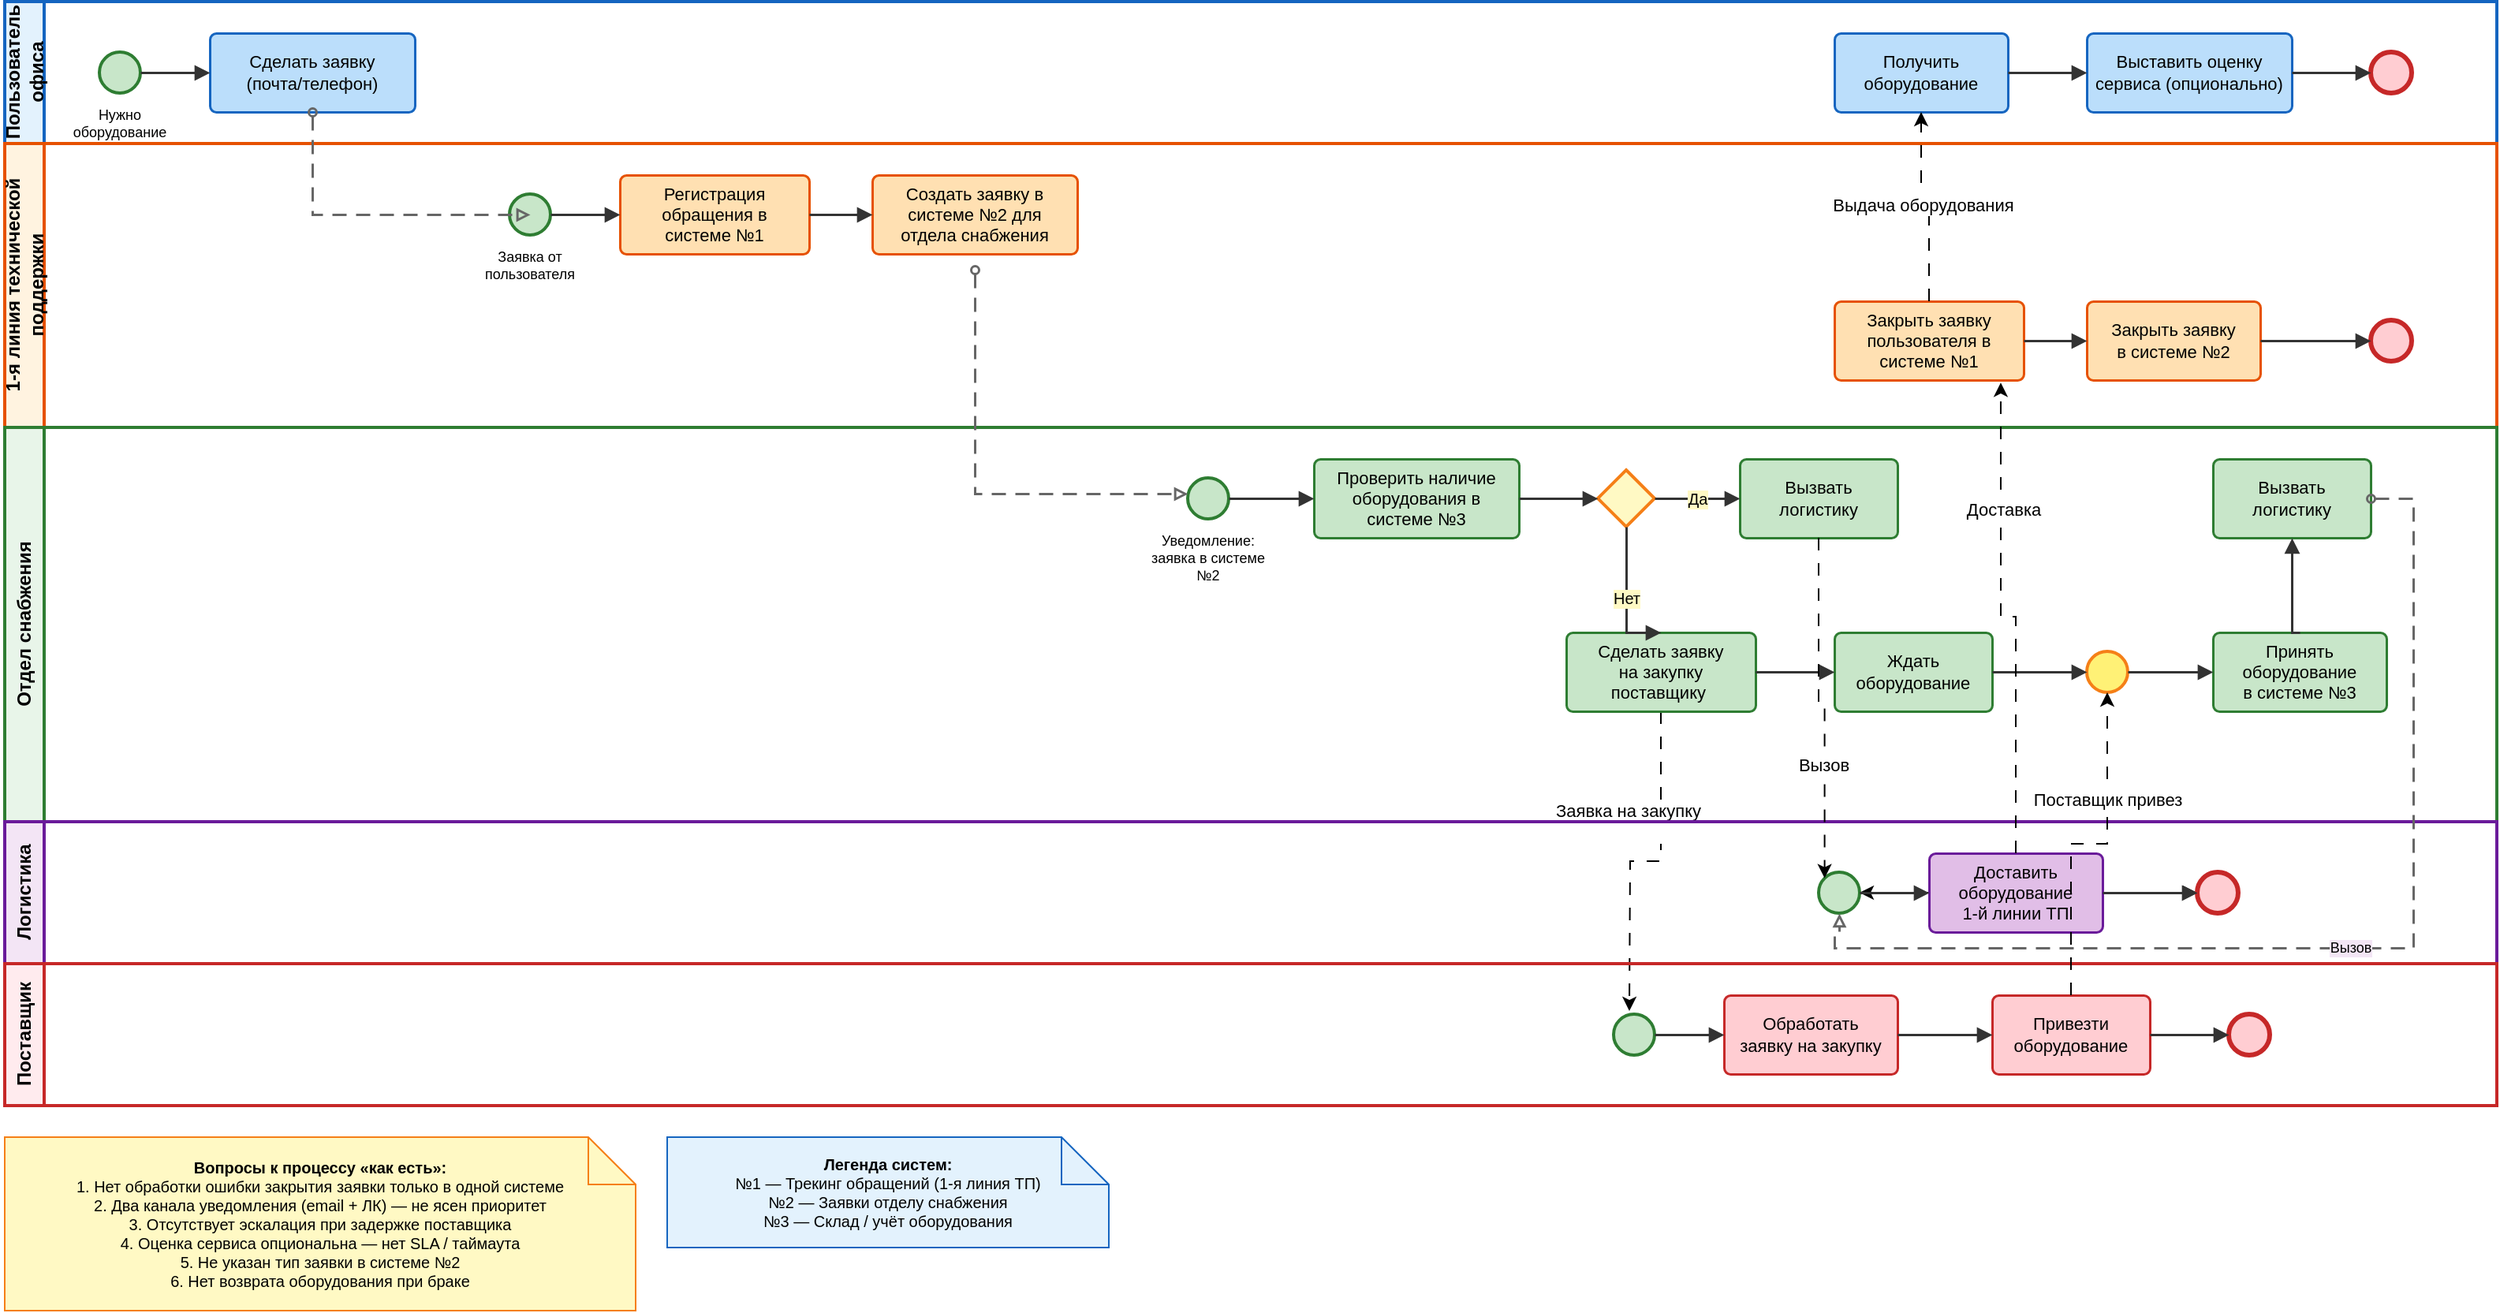
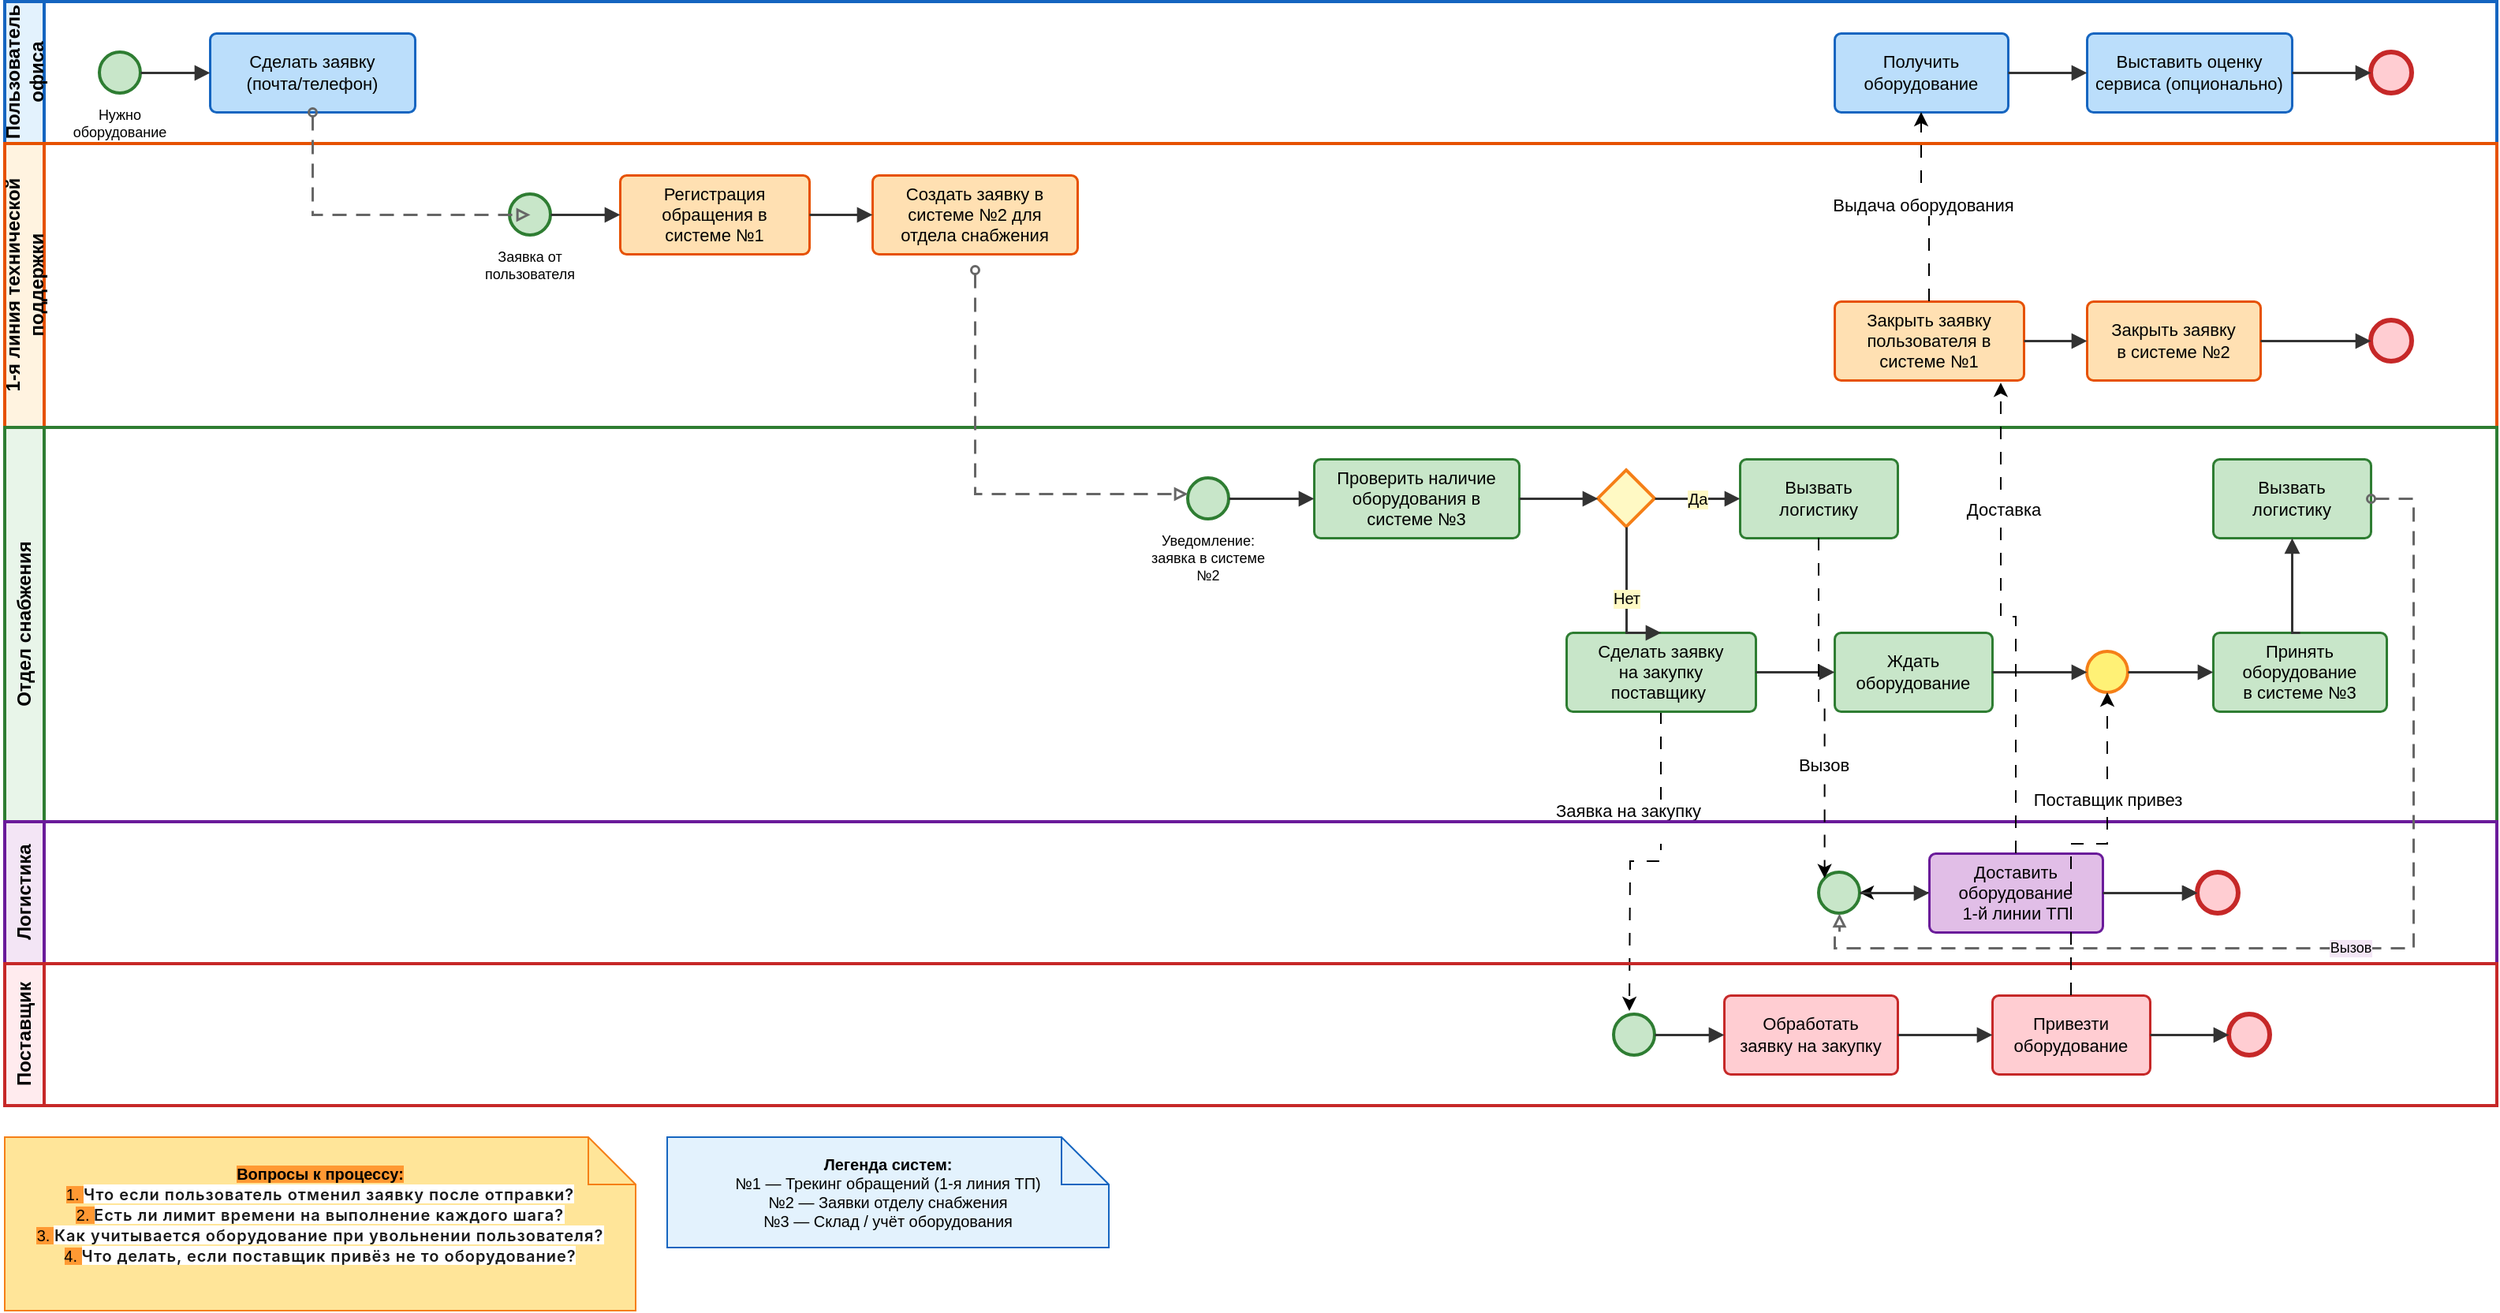
<mxfile host="app.diagrams.net" agent="Kimi">
  <diagram name="BPMN IT Equipment" id="it-equipment-bpmn">
    <mxGraphModel dx="2308" dy="875" grid="1" gridSize="10" guides="1" tooltips="1" connect="1" arrows="1" fold="1" page="1" pageScale="1" pageWidth="1700" pageHeight="1100" math="0" shadow="0">
      <root>
        <mxCell id="0" />
        <mxCell id="1" parent="0" />
        <mxCell id="pool-user" parent="1" style="swimlane;horizontal=0;startSize=25;swimlaneLine=1;collapsible=0;fontStyle=1;fillColor=#E3F2FD;strokeColor=#1565C0;strokeWidth=2;fontSize=12;whiteSpace=wrap;" value="Пользователь офиса" vertex="1">
          <mxGeometry height="90" width="1580" x="40" y="40" as="geometry" />
        </mxCell>
        <mxCell id="start-user" parent="pool-user" style="ellipse;whiteSpace=wrap;html=1;aspect=fixed;fillColor=#C8E6C9;strokeColor=#2E7D32;strokeWidth=2;" value="" vertex="1">
          <mxGeometry height="26" width="26" x="60" y="32" as="geometry" />
        </mxCell>
        <mxCell id="lbl-start-user" parent="pool-user" style="text;html=1;strokeColor=none;fillColor=none;align=center;verticalAlign=top;whiteSpace=wrap;rounded=0;fontSize=9;" value="Нужно&#xa;оборудование" vertex="1">
          <mxGeometry height="28" width="60" x="43" y="60" as="geometry" />
        </mxCell>
        <mxCell id="task-req" parent="pool-user" style="rounded=1;whiteSpace=wrap;html=1;arcSize=8;fillColor=#BBDEFB;strokeColor=#1565C0;strokeWidth=1.5;fontSize=11;" value="Сделать заявку&#xa;(почта/телефон)" vertex="1">
          <mxGeometry height="50" width="130" x="130" y="20" as="geometry" />
        </mxCell>
        <mxCell id="task-receive" parent="pool-user" style="rounded=1;whiteSpace=wrap;html=1;arcSize=8;fillColor=#BBDEFB;strokeColor=#1565C0;strokeWidth=1.5;fontSize=11;" value="Получить&#xa;оборудование" vertex="1">
          <mxGeometry height="50" width="110" x="1160" y="20" as="geometry" />
        </mxCell>
        <mxCell id="task-rate" parent="pool-user" style="rounded=1;whiteSpace=wrap;html=1;arcSize=8;fillColor=#BBDEFB;strokeColor=#1565C0;strokeWidth=1.5;fontSize=11;" value="Выставить оценку&#xa;сервиса (опционально)" vertex="1">
          <mxGeometry height="50" width="130" x="1320" y="20" as="geometry" />
        </mxCell>
        <mxCell id="end-user" parent="pool-user" style="ellipse;whiteSpace=wrap;html=1;aspect=fixed;fillColor=#FFCDD2;strokeColor=#C62828;strokeWidth=3;" value="" vertex="1">
          <mxGeometry height="26" width="26" x="1500" y="32" as="geometry" />
        </mxCell>
        <mxCell id="sf1" edge="1" parent="pool-user" source="start-user" style="edgeStyle=orthogonalEdgeStyle;rounded=0;orthogonalLoop=1;jettySize=auto;html=1;exitX=1;exitY=0.5;exitDx=0;exitDy=0;entryX=0;entryY=0.5;entryDx=0;entryDy=0;strokeColor=#333333;strokeWidth=1.5;endArrow=block;endFill=1;" target="task-req" value="">
          <mxGeometry relative="1" as="geometry" />
        </mxCell>
        <mxCell id="sf2" edge="1" parent="pool-user" source="task-receive" style="edgeStyle=orthogonalEdgeStyle;rounded=0;orthogonalLoop=1;jettySize=auto;html=1;exitX=1;exitY=0.5;exitDx=0;exitDy=0;entryX=0;entryY=0.5;entryDx=0;entryDy=0;strokeColor=#333333;strokeWidth=1.5;endArrow=block;endFill=1;" target="task-rate" value="">
          <mxGeometry relative="1" as="geometry" />
        </mxCell>
        <mxCell id="sf3" edge="1" parent="pool-user" source="task-rate" style="edgeStyle=orthogonalEdgeStyle;rounded=0;orthogonalLoop=1;jettySize=auto;html=1;exitX=1;exitY=0.5;exitDx=0;exitDy=0;entryX=0;entryY=0.5;entryDx=0;entryDy=0;strokeColor=#333333;strokeWidth=1.5;endArrow=block;endFill=1;" target="end-user" value="">
          <mxGeometry relative="1" as="geometry" />
        </mxCell>
        <mxCell id="pool-l1" parent="1" style="swimlane;horizontal=0;startSize=25;swimlaneLine=1;collapsible=0;fontStyle=1;fillColor=#FFF3E0;strokeColor=#E65100;strokeWidth=2;fontSize=12;whiteSpace=wrap;" value="1-я линия технической поддержки" vertex="1">
          <mxGeometry height="180" width="1580" x="40" y="130" as="geometry" />
        </mxCell>
        <mxCell id="start-l1" parent="pool-l1" style="ellipse;whiteSpace=wrap;html=1;aspect=fixed;fillColor=#C8E6C9;strokeColor=#2E7D32;strokeWidth=2;" value="" vertex="1">
          <mxGeometry height="26" width="26" x="320" y="32" as="geometry" />
        </mxCell>
        <mxCell id="lbl-start-l1" parent="pool-l1" style="text;html=1;strokeColor=none;fillColor=none;align=center;verticalAlign=top;whiteSpace=wrap;rounded=0;fontSize=9;" value="Заявка от&#xa;пользователя" vertex="1">
          <mxGeometry height="28" width="60" x="303" y="60" as="geometry" />
        </mxCell>
        <mxCell id="task-ticket1" parent="pool-l1" style="rounded=1;whiteSpace=wrap;html=1;arcSize=8;fillColor=#FFE0B2;strokeColor=#E65100;strokeWidth=1.5;fontSize=11;" value="Регистрация&lt;br&gt;обращения в&lt;br&gt;системе №1" vertex="1">
          <mxGeometry height="50" width="120" x="390" y="20" as="geometry" />
        </mxCell>
        <mxCell id="task-create-req" parent="pool-l1" style="rounded=1;whiteSpace=wrap;html=1;arcSize=8;fillColor=#FFE0B2;strokeColor=#E65100;strokeWidth=1.5;fontSize=11;" value="Создать заявку в&#xa;системе №2 для&#xa;отдела снабжения" vertex="1">
          <mxGeometry height="50" width="130" x="550" y="20" as="geometry" />
        </mxCell>
        <mxCell id="task-close1" parent="pool-l1" style="rounded=1;whiteSpace=wrap;html=1;arcSize=8;fillColor=#FFE0B2;strokeColor=#E65100;strokeWidth=1.5;fontSize=11;" value="Закрыть заявку&#xa;пользователя в&#xa;системе №1" vertex="1">
          <mxGeometry height="50" width="120" x="1160" y="100" as="geometry" />
        </mxCell>
        <mxCell id="task-close2" parent="pool-l1" style="rounded=1;whiteSpace=wrap;html=1;arcSize=8;fillColor=#FFE0B2;strokeColor=#E65100;strokeWidth=1.5;fontSize=11;" value="Закрыть заявку&#xa;в системе №2" vertex="1">
          <mxGeometry height="50" width="110" x="1320" y="100" as="geometry" />
        </mxCell>
        <mxCell id="end-l1" parent="pool-l1" style="ellipse;whiteSpace=wrap;html=1;aspect=fixed;fillColor=#FFCDD2;strokeColor=#C62828;strokeWidth=3;" value="" vertex="1">
          <mxGeometry height="26" width="26" x="1500" y="112" as="geometry" />
        </mxCell>
        <mxCell id="sf4" edge="1" parent="pool-l1" source="start-l1" style="edgeStyle=orthogonalEdgeStyle;rounded=0;orthogonalLoop=1;jettySize=auto;html=1;exitX=1;exitY=0.5;exitDx=0;exitDy=0;entryX=0;entryY=0.5;entryDx=0;entryDy=0;strokeColor=#333333;strokeWidth=1.5;endArrow=block;endFill=1;" target="task-ticket1" value="">
          <mxGeometry relative="1" as="geometry" />
        </mxCell>
        <mxCell id="sf5" edge="1" parent="pool-l1" source="task-ticket1" style="edgeStyle=orthogonalEdgeStyle;rounded=0;orthogonalLoop=1;jettySize=auto;html=1;exitX=1;exitY=0.5;exitDx=0;exitDy=0;entryX=0;entryY=0.5;entryDx=0;entryDy=0;strokeColor=#333333;strokeWidth=1.5;endArrow=block;endFill=1;" target="task-create-req" value="">
          <mxGeometry relative="1" as="geometry" />
        </mxCell>
        <mxCell id="sf6" edge="1" parent="pool-l1" source="task-close1" style="edgeStyle=orthogonalEdgeStyle;rounded=0;orthogonalLoop=1;jettySize=auto;html=1;exitX=1;exitY=0.5;exitDx=0;exitDy=0;entryX=0;entryY=0.5;entryDx=0;entryDy=0;strokeColor=#333333;strokeWidth=1.5;endArrow=block;endFill=1;" target="task-close2" value="">
          <mxGeometry relative="1" as="geometry" />
        </mxCell>
        <mxCell id="sf7" edge="1" parent="pool-l1" source="task-close2" style="edgeStyle=orthogonalEdgeStyle;rounded=0;orthogonalLoop=1;jettySize=auto;html=1;exitX=1;exitY=0.5;exitDx=0;exitDy=0;entryX=0;entryY=0.5;entryDx=0;entryDy=0;strokeColor=#333333;strokeWidth=1.5;endArrow=block;endFill=1;" target="end-l1" value="">
          <mxGeometry relative="1" as="geometry" />
        </mxCell>
        <mxCell id="pool-supply" parent="1" style="swimlane;horizontal=0;startSize=25;swimlaneLine=1;collapsible=0;fontStyle=1;fillColor=#E8F5E9;strokeColor=#2E7D32;strokeWidth=2;fontSize=12;whiteSpace=wrap;" value="Отдел снабжения" vertex="1">
          <mxGeometry height="250" width="1580" x="40" y="310" as="geometry" />
        </mxCell>
        <mxCell id="start-supply" parent="pool-supply" style="ellipse;whiteSpace=wrap;html=1;aspect=fixed;fillColor=#C8E6C9;strokeColor=#2E7D32;strokeWidth=2;" value="" vertex="1">
          <mxGeometry height="26" width="26" x="750" y="32" as="geometry" />
        </mxCell>
        <mxCell id="lbl-start-supply" parent="pool-supply" style="text;html=1;strokeColor=none;fillColor=none;align=center;verticalAlign=top;whiteSpace=wrap;rounded=0;fontSize=9;" value="Уведомление:&lt;br&gt;заявка в системе №2&lt;div&gt;&lt;br/&gt;&lt;/div&gt;" vertex="1">
          <mxGeometry height="36" width="86" x="720" y="60" as="geometry" />
        </mxCell>
        <mxCell id="task-check" parent="pool-supply" style="rounded=1;whiteSpace=wrap;html=1;arcSize=8;fillColor=#C8E6C9;strokeColor=#2E7D32;strokeWidth=1.5;fontSize=11;" value="Проверить наличие&#xa;оборудования в&#xa;системе №3" vertex="1">
          <mxGeometry height="50" width="130" x="830" y="20" as="geometry" />
        </mxCell>
        <mxCell id="gateway-check" parent="pool-supply" style="rhombus;whiteSpace=wrap;html=1;fillColor=#FFF9C4;strokeColor=#F57F17;strokeWidth=2;" value="" vertex="1">
          <mxGeometry height="36" width="36" x="1010" y="27" as="geometry" />
        </mxCell>
        <mxCell id="task-call-log-yes" parent="pool-supply" style="rounded=1;whiteSpace=wrap;html=1;arcSize=8;fillColor=#C8E6C9;strokeColor=#2E7D32;strokeWidth=1.5;fontSize=11;" value="Вызвать&#xa;логистику" vertex="1">
          <mxGeometry height="50" width="100" x="1100" y="20" as="geometry" />
        </mxCell>
        <mxCell id="XbenKFMrG471u0wiNJ-_-17" edge="1" parent="pool-supply" source="task-order" style="edgeStyle=orthogonalEdgeStyle;rounded=0;orthogonalLoop=1;jettySize=auto;html=1;dashed=1;dashPattern=8 8;">
          <mxGeometry relative="1" as="geometry">
            <mxPoint x="1030.0000000000005" y="370" as="targetPoint" />
          </mxGeometry>
        </mxCell>
        <mxCell id="XbenKFMrG471u0wiNJ-_-18" connectable="0" parent="XbenKFMrG471u0wiNJ-_-17" style="edgeLabel;html=1;align=center;verticalAlign=middle;resizable=0;points=[];" value="Заявка на закупку&lt;div&gt;&lt;br&gt;&lt;/div&gt;" vertex="1">
          <mxGeometry relative="1" x="-0.0059" y="-4" as="geometry">
            <mxPoint x="-12" y="-21" as="offset" />
          </mxGeometry>
        </mxCell>
        <mxCell id="task-order" parent="pool-supply" style="rounded=1;whiteSpace=wrap;html=1;arcSize=8;fillColor=#C8E6C9;strokeColor=#2E7D32;strokeWidth=1.5;fontSize=11;" value="Сделать заявку&lt;br&gt;на закупку&lt;br&gt;поставщику&amp;nbsp;" vertex="1">
          <mxGeometry height="50" width="120" x="990" y="130" as="geometry" />
        </mxCell>
        <mxCell id="task-wait" parent="pool-supply" style="rounded=1;whiteSpace=wrap;html=1;arcSize=8;fillColor=#C8E6C9;strokeColor=#2E7D32;strokeWidth=1.5;fontSize=11;" value="Ждать&#xa;оборудование" vertex="1">
          <mxGeometry height="50" width="100" x="1160" y="130" as="geometry" />
        </mxCell>
        <mxCell id="event-receive" parent="pool-supply" style="ellipse;whiteSpace=wrap;html=1;aspect=fixed;fillColor=#FFF176;strokeColor=#F57F17;strokeWidth=2;" value="" vertex="1">
          <mxGeometry height="26" width="26" x="1320" y="142" as="geometry" />
        </mxCell>
        <mxCell id="task-accept" parent="pool-supply" style="rounded=1;whiteSpace=wrap;html=1;arcSize=8;fillColor=#C8E6C9;strokeColor=#2E7D32;strokeWidth=1.5;fontSize=11;" value="Принять&#xa;оборудование&#xa;в системе №3" vertex="1">
          <mxGeometry height="50" width="110" x="1400" y="130" as="geometry" />
        </mxCell>
        <mxCell id="task-call-log-no" parent="pool-supply" style="rounded=1;whiteSpace=wrap;html=1;arcSize=8;fillColor=#C8E6C9;strokeColor=#2E7D32;strokeWidth=1.5;fontSize=11;" value="Вызвать&#xa;логистику" vertex="1">
          <mxGeometry height="50" width="100" x="1400" y="20" as="geometry" />
        </mxCell>
        <mxCell id="sf8" edge="1" parent="pool-supply" source="start-supply" style="edgeStyle=orthogonalEdgeStyle;rounded=0;orthogonalLoop=1;jettySize=auto;html=1;exitX=1;exitY=0.5;exitDx=0;exitDy=0;entryX=0;entryY=0.5;entryDx=0;entryDy=0;strokeColor=#333333;strokeWidth=1.5;endArrow=block;endFill=1;" target="task-check" value="">
          <mxGeometry relative="1" as="geometry" />
        </mxCell>
        <mxCell id="sf9" edge="1" parent="pool-supply" source="task-check" style="edgeStyle=orthogonalEdgeStyle;rounded=0;orthogonalLoop=1;jettySize=auto;html=1;exitX=1;exitY=0.5;exitDx=0;exitDy=0;entryX=0;entryY=0.5;entryDx=0;entryDy=0;strokeColor=#333333;strokeWidth=1.5;endArrow=block;endFill=1;" target="gateway-check" value="">
          <mxGeometry relative="1" as="geometry" />
        </mxCell>
        <mxCell id="sf10" edge="1" parent="pool-supply" source="gateway-check" style="edgeStyle=orthogonalEdgeStyle;rounded=0;orthogonalLoop=1;jettySize=auto;html=1;exitX=1;exitY=0.5;exitDx=0;exitDy=0;entryX=0;entryY=0.5;entryDx=0;entryDy=0;strokeColor=#333333;strokeWidth=1.5;endArrow=block;endFill=1;labelBackgroundColor=#FFF9C4;fontSize=10;" target="task-call-log-yes" value="Да">
          <mxGeometry relative="1" as="geometry" />
        </mxCell>
        <mxCell id="sf11" edge="1" parent="pool-supply" source="gateway-check" style="edgeStyle=orthogonalEdgeStyle;rounded=0;orthogonalLoop=1;jettySize=auto;html=1;exitX=0.5;exitY=1;exitDx=0;exitDy=0;entryX=0.5;entryY=0;entryDx=0;entryDy=0;strokeColor=#333333;strokeWidth=1.5;endArrow=block;endFill=1;labelBackgroundColor=#FFF9C4;fontSize=10;" target="task-order" value="Нет">
          <mxGeometry relative="1" as="geometry">
            <Array as="points">
              <mxPoint x="1028" y="130" />
            </Array>
          </mxGeometry>
        </mxCell>
        <mxCell id="sf12" edge="1" parent="pool-supply" source="task-order" style="edgeStyle=orthogonalEdgeStyle;rounded=0;orthogonalLoop=1;jettySize=auto;html=1;exitX=1;exitY=0.5;exitDx=0;exitDy=0;entryX=0;entryY=0.5;entryDx=0;entryDy=0;strokeColor=#333333;strokeWidth=1.5;endArrow=block;endFill=1;" target="task-wait" value="">
          <mxGeometry relative="1" as="geometry" />
        </mxCell>
        <mxCell id="sf13" edge="1" parent="pool-supply" source="task-wait" style="edgeStyle=orthogonalEdgeStyle;rounded=0;orthogonalLoop=1;jettySize=auto;html=1;exitX=1;exitY=0.5;exitDx=0;exitDy=0;entryX=0;entryY=0.5;entryDx=0;entryDy=0;strokeColor=#333333;strokeWidth=1.5;endArrow=block;endFill=1;" target="event-receive" value="">
          <mxGeometry relative="1" as="geometry" />
        </mxCell>
        <mxCell id="sf14" edge="1" parent="pool-supply" source="event-receive" style="edgeStyle=orthogonalEdgeStyle;rounded=0;orthogonalLoop=1;jettySize=auto;html=1;exitX=1;exitY=0.5;exitDx=0;exitDy=0;entryX=0;entryY=0.5;entryDx=0;entryDy=0;strokeColor=#333333;strokeWidth=1.5;endArrow=block;endFill=1;" target="task-accept" value="">
          <mxGeometry relative="1" as="geometry" />
        </mxCell>
        <mxCell id="sf15" edge="1" parent="pool-supply" source="task-accept" style="edgeStyle=orthogonalEdgeStyle;rounded=0;orthogonalLoop=1;jettySize=auto;html=1;exitX=0.5;exitY=0;exitDx=0;exitDy=0;entryX=0.5;entryY=1;entryDx=0;entryDy=0;strokeColor=#333333;strokeWidth=1.5;endArrow=block;endFill=1;" target="task-call-log-no" value="">
          <mxGeometry relative="1" as="geometry">
            <Array as="points">
              <mxPoint x="1450" y="130" />
            </Array>
          </mxGeometry>
        </mxCell>
        <mxCell id="mf2" edge="1" parent="pool-supply" style="edgeStyle=orthogonalEdgeStyle;rounded=0;orthogonalLoop=1;jettySize=auto;html=1;exitX=0.5;exitY=1;exitDx=0;exitDy=0;strokeColor=#666666;strokeWidth=1.5;dashed=1;dashPattern=6 4;startArrow=oval;startFill=0;startSize=5;endArrow=block;endFill=0;endSize=5;" value="">
          <mxGeometry relative="1" as="geometry">
            <Array as="points">
              <mxPoint x="615" y="42" />
            </Array>
            <mxPoint x="615" y="-100" as="sourcePoint" />
            <mxPoint x="750" y="42" as="targetPoint" />
          </mxGeometry>
        </mxCell>
        <mxCell id="pool-log" parent="1" style="swimlane;horizontal=0;startSize=25;swimlaneLine=1;collapsible=0;fontStyle=1;fillColor=#F3E5F5;strokeColor=#6A1B9A;strokeWidth=2;fontSize=12;whiteSpace=wrap;" value="Логистика" vertex="1">
          <mxGeometry height="90" width="1580" x="40" y="560" as="geometry" />
        </mxCell>
        <mxCell id="start-log" parent="pool-log" style="ellipse;whiteSpace=wrap;html=1;aspect=fixed;fillColor=#C8E6C9;strokeColor=#2E7D32;strokeWidth=2;" value="" vertex="1">
          <mxGeometry height="26" width="26" x="1150" y="32" as="geometry" />
        </mxCell>
        <mxCell id="XbenKFMrG471u0wiNJ-_-22" edge="1" parent="pool-log" source="task-deliver" style="edgeStyle=orthogonalEdgeStyle;rounded=0;orthogonalLoop=1;jettySize=auto;html=1;" target="start-log" value="">
          <mxGeometry relative="1" as="geometry" />
        </mxCell>
        <mxCell id="XbenKFMrG471u0wiNJ-_-23" edge="1" parent="pool-log" source="task-deliver" style="edgeStyle=orthogonalEdgeStyle;rounded=0;orthogonalLoop=1;jettySize=auto;html=1;" target="end-log" value="">
          <mxGeometry relative="1" as="geometry" />
        </mxCell>
        <mxCell id="task-deliver" parent="pool-log" style="rounded=1;whiteSpace=wrap;html=1;arcSize=8;fillColor=#E1BEE7;strokeColor=#6A1B9A;strokeWidth=1.5;fontSize=11;" value="Доставить&#xa;оборудование&#xa;1-й линии ТП" vertex="1">
          <mxGeometry height="50" width="110" x="1220" y="20" as="geometry" />
        </mxCell>
        <mxCell id="end-log" parent="pool-log" style="ellipse;whiteSpace=wrap;html=1;aspect=fixed;fillColor=#FFCDD2;strokeColor=#C62828;strokeWidth=3;" value="" vertex="1">
          <mxGeometry height="26" width="26" x="1390" y="32" as="geometry" />
        </mxCell>
        <mxCell id="sf16" edge="1" parent="pool-log" source="start-log" style="edgeStyle=orthogonalEdgeStyle;rounded=0;orthogonalLoop=1;jettySize=auto;html=1;exitX=1;exitY=0.5;exitDx=0;exitDy=0;entryX=0;entryY=0.5;entryDx=0;entryDy=0;strokeColor=#333333;strokeWidth=1.5;endArrow=block;endFill=1;" target="task-deliver" value="">
          <mxGeometry relative="1" as="geometry" />
        </mxCell>
        <mxCell id="sf17" edge="1" parent="pool-log" source="task-deliver" style="edgeStyle=orthogonalEdgeStyle;rounded=0;orthogonalLoop=1;jettySize=auto;html=1;exitX=1;exitY=0.5;exitDx=0;exitDy=0;entryX=0;entryY=0.5;entryDx=0;entryDy=0;strokeColor=#333333;strokeWidth=1.5;endArrow=block;endFill=1;" target="end-log" value="">
          <mxGeometry relative="1" as="geometry" />
        </mxCell>
        <mxCell id="pool-vendor" parent="1" style="swimlane;horizontal=0;startSize=25;swimlaneLine=1;collapsible=0;fontStyle=1;fillColor=#FFEBEE;strokeColor=#C62828;strokeWidth=2;fontSize=12;whiteSpace=wrap;" value="Поставщик" vertex="1">
          <mxGeometry height="90" width="1580" x="40" y="650" as="geometry" />
        </mxCell>
        <mxCell id="start-vendor" parent="pool-vendor" style="ellipse;whiteSpace=wrap;html=1;aspect=fixed;fillColor=#C8E6C9;strokeColor=#2E7D32;strokeWidth=2;" value="" vertex="1">
          <mxGeometry height="26" width="26" x="1020" y="32" as="geometry" />
        </mxCell>
        <mxCell id="task-process" parent="pool-vendor" style="rounded=1;whiteSpace=wrap;html=1;arcSize=8;fillColor=#FFCDD2;strokeColor=#C62828;strokeWidth=1.5;fontSize=11;" value="Обработать&#xa;заявку на закупку" vertex="1">
          <mxGeometry height="50" width="110" x="1090" y="20" as="geometry" />
        </mxCell>
        <mxCell id="task-ship" parent="pool-vendor" style="rounded=1;whiteSpace=wrap;html=1;arcSize=8;fillColor=#FFCDD2;strokeColor=#C62828;strokeWidth=1.5;fontSize=11;" value="Привезти&#xa;оборудование" vertex="1">
          <mxGeometry height="50" width="100" x="1260" y="20" as="geometry" />
        </mxCell>
        <mxCell id="end-vendor" parent="pool-vendor" style="ellipse;whiteSpace=wrap;html=1;aspect=fixed;fillColor=#FFCDD2;strokeColor=#C62828;strokeWidth=3;" value="" vertex="1">
          <mxGeometry height="26" width="26" x="1410" y="32" as="geometry" />
        </mxCell>
        <mxCell id="sf18" edge="1" parent="pool-vendor" source="start-vendor" style="edgeStyle=orthogonalEdgeStyle;rounded=0;orthogonalLoop=1;jettySize=auto;html=1;exitX=1;exitY=0.5;exitDx=0;exitDy=0;entryX=0;entryY=0.5;entryDx=0;entryDy=0;strokeColor=#333333;strokeWidth=1.5;endArrow=block;endFill=1;" target="task-process" value="">
          <mxGeometry relative="1" as="geometry" />
        </mxCell>
        <mxCell id="sf19" edge="1" parent="pool-vendor" source="task-process" style="edgeStyle=orthogonalEdgeStyle;rounded=0;orthogonalLoop=1;jettySize=auto;html=1;exitX=1;exitY=0.5;exitDx=0;exitDy=0;entryX=0;entryY=0.5;entryDx=0;entryDy=0;strokeColor=#333333;strokeWidth=1.5;endArrow=block;endFill=1;" target="task-ship" value="">
          <mxGeometry relative="1" as="geometry" />
        </mxCell>
        <mxCell id="sf20" edge="1" parent="pool-vendor" source="task-ship" style="edgeStyle=orthogonalEdgeStyle;rounded=0;orthogonalLoop=1;jettySize=auto;html=1;exitX=1;exitY=0.5;exitDx=0;exitDy=0;entryX=0;entryY=0.5;entryDx=0;entryDy=0;strokeColor=#333333;strokeWidth=1.5;endArrow=block;endFill=1;" target="end-vendor" value="">
          <mxGeometry relative="1" as="geometry" />
        </mxCell>
        <mxCell id="mf1" edge="1" parent="1" source="task-req" style="edgeStyle=orthogonalEdgeStyle;rounded=0;orthogonalLoop=1;jettySize=auto;html=1;exitX=0.5;exitY=1;exitDx=0;exitDy=0;strokeColor=#666666;strokeWidth=1.5;dashed=1;dashPattern=6 4;startArrow=oval;startFill=0;startSize=5;endArrow=block;endFill=0;endSize=5;" value="">
          <mxGeometry relative="1" as="geometry">
            <Array as="points">
              <mxPoint x="235" y="175" />
            </Array>
            <mxPoint x="373" y="175" as="targetPoint" />
          </mxGeometry>
        </mxCell>
-         <mxCell id="note1" parent="1" style="shape=note;whiteSpace=wrap;html=1;backgroundOutline=1;fillColor=#FFF9C4;strokeColor=#F57F17;fontSize=10;" value="&lt;b&gt;Вопросы к процессу «как есть»:&lt;/b&gt;&lt;br&gt;1. Нет обработки ошибки закрытия заявки только в одной системе&lt;br&gt;2. Два канала уведомления (email + ЛК) — не ясен приоритет&lt;br&gt;3. Отсутствует эскалация при задержке поставщика&lt;br&gt;4. Оценка сервиса опциональна — нет SLA / таймаута&lt;br&gt;5. Не указан тип заявки в системе №2&lt;br&gt;6. Нет возврата оборудования при браке" vertex="1">
+         <mxCell id="note1" parent="1" style="shape=note;whiteSpace=wrap;html=1;backgroundOutline=1;fillColor=#FFE599;strokeColor=#F57F17;fontSize=10;" value="&lt;span style=&quot;background-color: rgb(255, 153, 51);&quot;&gt;&lt;b&gt;Вопросы к процессу:&lt;/b&gt;&lt;br&gt;1.&amp;nbsp;&lt;font style=&quot;font-size: 10px;&quot;&gt;&lt;span data-v-46d91a25=&quot;&quot; class=&quot;&quot; style=&quot;scrollbar-color: rgba(0, 0, 0, 0.25) rgba(0, 0, 0, 0); font-family: -apple-system, BlinkMacSystemFont, &amp;quot;Segoe UI&amp;quot;, system-ui, Roboto, &amp;quot;Noto Sans&amp;quot;, Ubuntu, Cantarell, &amp;quot;Helvetica Neue&amp;quot;, sans-serif, Arial, &amp;quot;PingFang SC&amp;quot;, &amp;quot;Source Han Sans SC&amp;quot;, &amp;quot;Microsoft YaHei UI&amp;quot;, &amp;quot;Microsoft YaHei&amp;quot;, &amp;quot;Noto Sans CJK SC&amp;quot;; font-variant-numeric: inherit; font-variant-east-asian: inherit; font-variant-alternates: inherit; font-variant-position: inherit; font-variant-emoji: inherit; font-weight: 600; font-stretch: inherit; line-height: inherit; font-optical-sizing: inherit; font-size-adjust: inherit; font-kerning: inherit; font-feature-settings: inherit; font-variation-settings: inherit; font-language-override: inherit; vertical-align: baseline; border: 0px; margin: 0px; padding: 0px; color: rgba(0, 0, 0, 0.9); letter-spacing: 0.5px; text-align: left; white-space: pre-wrap; background-color: rgb(255, 255, 255);&quot;&gt;Что если пользователь отменил заявку после отправки?&lt;/span&gt;&lt;br&gt;2.&amp;nbsp;&lt;/font&gt;&lt;span data-v-46d91a25=&quot;&quot; style=&quot;scrollbar-color: rgba(0, 0, 0, 0.25) rgba(0, 0, 0, 0); font-family: -apple-system, BlinkMacSystemFont, &amp;quot;Segoe UI&amp;quot;, system-ui, Roboto, &amp;quot;Noto Sans&amp;quot;, Ubuntu, Cantarell, &amp;quot;Helvetica Neue&amp;quot;, sans-serif, Arial, &amp;quot;PingFang SC&amp;quot;, &amp;quot;Source Han Sans SC&amp;quot;, &amp;quot;Microsoft YaHei UI&amp;quot;, &amp;quot;Microsoft YaHei&amp;quot;, &amp;quot;Noto Sans CJK SC&amp;quot;; font-variant-numeric: inherit; font-variant-east-asian: inherit; font-variant-alternates: inherit; font-variant-position: inherit; font-variant-emoji: inherit; font-weight: 600; font-stretch: inherit; line-height: inherit; font-optical-sizing: inherit; font-size-adjust: inherit; font-kerning: inherit; font-feature-settings: inherit; font-variation-settings: inherit; font-language-override: inherit; vertical-align: baseline; border: 0px; margin: 0px; padding: 0px; color: rgba(0, 0, 0, 0.9); letter-spacing: 0.5px; text-align: left; white-space: pre-wrap; background-color: rgb(255, 255, 255);&quot;&gt;&lt;font style=&quot;font-size: 10px;&quot;&gt;Есть ли лимит времени на выполнение каждого шага?&lt;/font&gt;&lt;/span&gt;&lt;br&gt;3.&amp;nbsp;&lt;span data-v-46d91a25=&quot;&quot; class=&quot;&quot; style=&quot;scrollbar-color: rgba(0, 0, 0, 0.25) rgba(0, 0, 0, 0); font-family: -apple-system, BlinkMacSystemFont, &amp;quot;Segoe UI&amp;quot;, system-ui, Roboto, &amp;quot;Noto Sans&amp;quot;, Ubuntu, Cantarell, &amp;quot;Helvetica Neue&amp;quot;, sans-serif, Arial, &amp;quot;PingFang SC&amp;quot;, &amp;quot;Source Han Sans SC&amp;quot;, &amp;quot;Microsoft YaHei UI&amp;quot;, &amp;quot;Microsoft YaHei&amp;quot;, &amp;quot;Noto Sans CJK SC&amp;quot;; font-variant-numeric: inherit; font-variant-east-asian: inherit; font-variant-alternates: inherit; font-variant-position: inherit; font-variant-emoji: inherit; font-weight: 600; font-stretch: inherit; line-height: inherit; font-optical-sizing: inherit; font-size-adjust: inherit; font-kerning: inherit; font-feature-settings: inherit; font-variation-settings: inherit; font-language-override: inherit; vertical-align: baseline; border: 0px; margin: 0px; padding: 0px; color: rgba(0, 0, 0, 0.9); letter-spacing: 0.5px; text-align: left; white-space: pre-wrap; background-color: rgb(255, 255, 255);&quot;&gt;&lt;font style=&quot;font-size: 10px;&quot;&gt;Как учитывается оборудование при увольнении пользователя?&lt;/font&gt;&lt;/span&gt;&lt;br&gt;4.&amp;nbsp;&lt;span data-v-46d91a25=&quot;&quot; class=&quot;&quot; style=&quot;scrollbar-color: rgba(0, 0, 0, 0.25) rgba(0, 0, 0, 0); font-family: -apple-system, BlinkMacSystemFont, &amp;quot;Segoe UI&amp;quot;, system-ui, Roboto, &amp;quot;Noto Sans&amp;quot;, Ubuntu, Cantarell, &amp;quot;Helvetica Neue&amp;quot;, sans-serif, Arial, &amp;quot;PingFang SC&amp;quot;, &amp;quot;Source Han Sans SC&amp;quot;, &amp;quot;Microsoft YaHei UI&amp;quot;, &amp;quot;Microsoft YaHei&amp;quot;, &amp;quot;Noto Sans CJK SC&amp;quot;; font-variant-numeric: inherit; font-variant-east-asian: inherit; font-variant-alternates: inherit; font-variant-position: inherit; font-variant-emoji: inherit; font-weight: 600; font-stretch: inherit; line-height: inherit; font-optical-sizing: inherit; font-size-adjust: inherit; font-kerning: inherit; font-feature-settings: inherit; font-variation-settings: inherit; font-language-override: inherit; vertical-align: baseline; border: 0px; margin: 0px; padding: 0px; color: rgba(0, 0, 0, 0.9); letter-spacing: 0.5px; text-align: left; white-space: pre-wrap; background-color: rgb(255, 255, 255);&quot;&gt;&lt;font style=&quot;font-size: 10px;&quot;&gt;Что делать, если поставщик привёз не то оборудование?&lt;/font&gt;&lt;/span&gt;&lt;/span&gt;&lt;div&gt;&lt;br&gt;&lt;/div&gt;" vertex="1">
          <mxGeometry height="110" width="400" x="40" y="760" as="geometry" />
        </mxCell>
        <mxCell id="note2" parent="1" style="shape=note;whiteSpace=wrap;html=1;backgroundOutline=1;fillColor=#E3F2FD;strokeColor=#1565C0;fontSize=10;" value="&lt;b&gt;Легенда систем:&lt;/b&gt;&lt;br&gt;№1 — Трекинг обращений (1-я линия ТП)&lt;br&gt;№2 — Заявки отделу снабжения&lt;br&gt;№3 — Склад / учёт оборудования" vertex="1">
          <mxGeometry height="70" width="280" x="460" y="760" as="geometry" />
        </mxCell>
        <mxCell id="XbenKFMrG471u0wiNJ-_-9" edge="1" parent="1" source="task-call-log-yes" style="edgeStyle=orthogonalEdgeStyle;rounded=0;orthogonalLoop=1;jettySize=auto;html=1;exitX=0.5;exitY=1;exitDx=0;exitDy=0;entryX=0;entryY=0;entryDx=0;entryDy=0;dashed=1;dashPattern=8 8;" target="start-log">
          <mxGeometry relative="1" as="geometry" />
        </mxCell>
        <mxCell id="XbenKFMrG471u0wiNJ-_-14" connectable="0" parent="XbenKFMrG471u0wiNJ-_-9" style="edgeLabel;html=1;align=center;verticalAlign=middle;resizable=0;points=[];" value="Вызов" vertex="1">
          <mxGeometry relative="1" x="0.3441" y="-1" as="geometry">
            <mxPoint as="offset" />
          </mxGeometry>
        </mxCell>
        <mxCell id="XbenKFMrG471u0wiNJ-_-11" edge="1" parent="1" source="task-deliver" style="edgeStyle=orthogonalEdgeStyle;rounded=0;orthogonalLoop=1;jettySize=auto;html=1;entryX=0.879;entryY=1.032;entryDx=0;entryDy=0;entryPerimeter=0;dashed=1;dashPattern=8 8;" target="task-close1">
          <mxGeometry relative="1" as="geometry">
            <Array as="points">
              <mxPoint x="1315" y="430" />
              <mxPoint x="1306" y="430" />
            </Array>
          </mxGeometry>
        </mxCell>
        <mxCell id="XbenKFMrG471u0wiNJ-_-12" connectable="0" parent="XbenKFMrG471u0wiNJ-_-11" style="edgeLabel;html=1;align=center;verticalAlign=middle;resizable=0;points=[];" value="Text" vertex="1">
          <mxGeometry relative="1" x="0.4763" y="2" as="geometry">
            <mxPoint as="offset" />
          </mxGeometry>
        </mxCell>
        <mxCell id="XbenKFMrG471u0wiNJ-_-13" connectable="0" parent="XbenKFMrG471u0wiNJ-_-11" style="edgeLabel;html=1;align=center;verticalAlign=middle;resizable=0;points=[];" value="Доставка" vertex="1">
          <mxGeometry relative="1" x="0.4763" y="-1" as="geometry">
            <mxPoint as="offset" />
          </mxGeometry>
        </mxCell>
        <mxCell id="XbenKFMrG471u0wiNJ-_-15" edge="1" parent="1" source="task-close1" style="edgeStyle=orthogonalEdgeStyle;rounded=0;orthogonalLoop=1;jettySize=auto;html=1;entryX=0.5;entryY=1;entryDx=0;entryDy=0;dashed=1;dashPattern=8 8;" target="task-receive">
          <mxGeometry relative="1" as="geometry" />
        </mxCell>
        <mxCell id="XbenKFMrG471u0wiNJ-_-16" connectable="0" parent="XbenKFMrG471u0wiNJ-_-15" style="edgeLabel;html=1;align=center;verticalAlign=middle;resizable=0;points=[];" value="Выдача оборудования" vertex="1">
          <mxGeometry relative="1" x="0.0653" y="-1" as="geometry">
            <mxPoint as="offset" />
          </mxGeometry>
        </mxCell>
        <mxCell id="XbenKFMrG471u0wiNJ-_-20" edge="1" parent="1" source="task-ship" style="edgeStyle=orthogonalEdgeStyle;rounded=0;orthogonalLoop=1;jettySize=auto;html=1;entryX=0.5;entryY=1;entryDx=0;entryDy=0;dashed=1;dashPattern=8 8;" target="event-receive">
          <mxGeometry relative="1" as="geometry">
            <mxPoint x="1373" y="504" as="targetPoint" />
          </mxGeometry>
        </mxCell>
        <mxCell id="XbenKFMrG471u0wiNJ-_-21" connectable="0" parent="XbenKFMrG471u0wiNJ-_-20" style="edgeLabel;html=1;align=center;verticalAlign=middle;resizable=0;points=[];" value="Поставщик привез" vertex="1">
          <mxGeometry relative="1" x="0.3741" as="geometry">
            <mxPoint as="offset" />
          </mxGeometry>
        </mxCell>
        <mxCell id="mf4" edge="1" parent="1" source="task-call-log-no" style="edgeStyle=orthogonalEdgeStyle;rounded=0;orthogonalLoop=1;jettySize=auto;html=1;strokeColor=#666666;strokeWidth=1.5;dashed=1;dashPattern=6 4;startArrow=oval;startFill=0;startSize=5;endArrow=block;endFill=0;endSize=5;fontSize=9;labelBackgroundColor=#F3E5F5;exitX=1;exitY=0.5;exitDx=0;exitDy=0;entryX=0.5;entryY=1;entryDx=0;entryDy=0;" target="start-log" value="Вызов">
          <mxGeometry relative="1" as="geometry">
            <Array as="points">
              <mxPoint x="1567" y="355" />
              <mxPoint x="1567" y="640" />
              <mxPoint x="1200" y="640" />
              <mxPoint x="1200" y="630" />
              <mxPoint x="1203" y="630" />
            </Array>
            <mxPoint x="1567" y="390" as="sourcePoint" />
            <mxPoint x="1320" y="630" as="targetPoint" />
          </mxGeometry>
        </mxCell>
      </root>
    </mxGraphModel>
  </diagram>
</mxfile>
